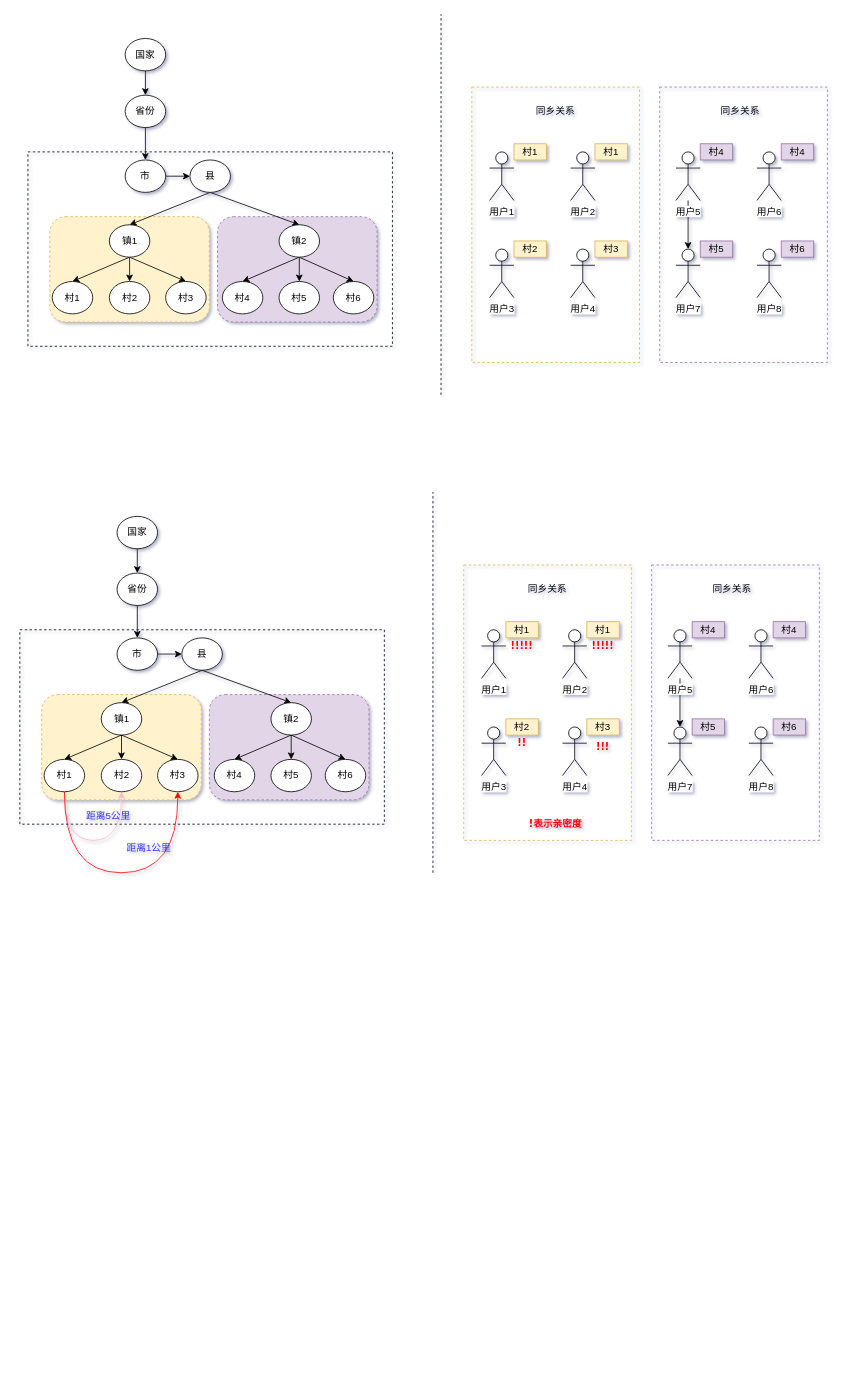
trey03/draw keeps this draw.io diagram as sametown.drawio. Above is the earlier version. Source tidied: cells renumbered, new cells numbered last; positions are measured from the earlier drawing's top-left corner, leaving out a move shared by most shapes. Both pictures are drawn from the tidied source at 81%, with x=0, y=0 at pixel (19, 14).
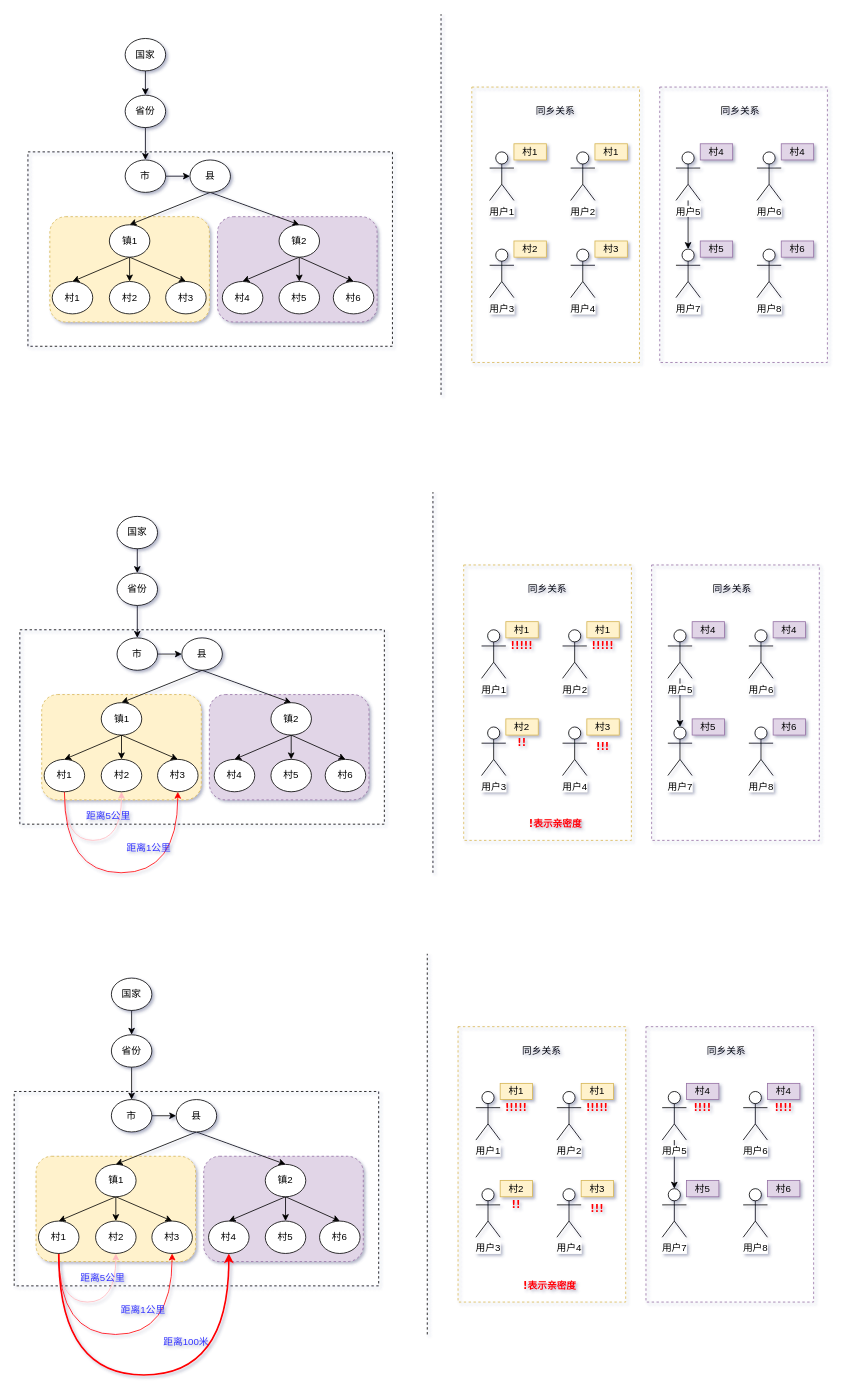
Above is the later version.

Change to the diagram source:
```diff
@@
+    <mxCell id="107" style="rounded=0;whiteSpace=wrap;html=1;dashed=1;fillColor=none;strokeColor=#d6b656;" parent="1" vertex="1">
+      <mxGeometry x="541" y="1250" width="207" height="340" as="geometry" />
+    </mxCell>
+    <mxCell id="108" style="rounded=0;whiteSpace=wrap;html=1;dashed=1;shadow=0;fillColor=none;" parent="1" vertex="1">
+      <mxGeometry x="-7" y="1330" width="450" height="240" as="geometry" />
+    </mxCell>
+    <mxCell id="109" style="rounded=1;whiteSpace=wrap;html=1;dashed=1;fillColor=#e1d5e7;strokeColor=#9673a6;" parent="1" vertex="1">
+      <mxGeometry x="227" y="1410" width="197" height="130" as="geometry" />
+    </mxCell>
+    <mxCell id="110" style="rounded=1;whiteSpace=wrap;html=1;dashed=1;fillColor=#fff2cc;strokeColor=#d6b656;" parent="1" vertex="1">
+      <mxGeometry x="20" y="1410" width="197" height="130" as="geometry" />
+    </mxCell>
+    <mxCell id="111" value="国家" style="ellipse;whiteSpace=wrap;html=1;" parent="1" vertex="1">
+      <mxGeometry x="113" y="1190" width="50" height="40" as="geometry" />
+    </mxCell>
+    <mxCell id="112" style="rounded=0;jettySize=auto;html=1;exitX=0.5;exitY=1;exitDx=0;exitDy=0;entryX=0.5;entryY=0;entryDx=0;entryDy=0;" parent="1" edge="1" source="113" target="115">
+      <mxGeometry relative="1" as="geometry" />
+    </mxCell>
+    <mxCell id="113" value="省份" style="ellipse;whiteSpace=wrap;html=1;" parent="1" vertex="1">
+      <mxGeometry x="113" y="1260" width="50" height="40" as="geometry" />
+    </mxCell>
+    <mxCell id="114" style="edgeStyle=none;rounded=0;jettySize=auto;html=1;exitX=1;exitY=0.5;exitDx=0;exitDy=0;" parent="1" edge="1" source="115" target="118">
+      <mxGeometry relative="1" as="geometry" />
+    </mxCell>
+    <mxCell id="115" value="市" style="ellipse;whiteSpace=wrap;html=1;" parent="1" vertex="1">
+      <mxGeometry x="113" y="1340" width="50" height="40" as="geometry" />
+    </mxCell>
+    <mxCell id="116" style="edgeStyle=none;rounded=0;jettySize=auto;html=1;exitX=0.5;exitY=1;exitDx=0;exitDy=0;entryX=0.5;entryY=0;entryDx=0;entryDy=0;" parent="1" edge="1" source="118" target="122">
+      <mxGeometry relative="1" as="geometry" />
+    </mxCell>
+    <mxCell id="117" style="edgeStyle=none;rounded=0;jettySize=auto;html=1;exitX=0.5;exitY=1;exitDx=0;exitDy=0;entryX=0.5;entryY=0;entryDx=0;entryDy=0;" parent="1" edge="1" source="118" target="126">
+      <mxGeometry relative="1" as="geometry" />
+    </mxCell>
+    <mxCell id="118" value="县" style="ellipse;whiteSpace=wrap;html=1;" parent="1" vertex="1">
+      <mxGeometry x="193" y="1340" width="50" height="40" as="geometry" />
+    </mxCell>
+    <mxCell id="119" style="edgeStyle=none;rounded=0;jettySize=auto;html=1;exitX=0.5;exitY=1;exitDx=0;exitDy=0;entryX=0.5;entryY=0;entryDx=0;entryDy=0;" parent="1" edge="1" source="122" target="130">
+      <mxGeometry relative="1" as="geometry" />
+    </mxCell>
+    <mxCell id="120" style="edgeStyle=none;rounded=0;jettySize=auto;html=1;exitX=0.5;exitY=1;exitDx=0;exitDy=0;entryX=0.5;entryY=0;entryDx=0;entryDy=0;" parent="1" edge="1" source="122" target="131">
+      <mxGeometry relative="1" as="geometry" />
+    </mxCell>
+    <mxCell id="121" style="edgeStyle=none;rounded=0;jettySize=auto;html=1;exitX=0.5;exitY=1;exitDx=0;exitDy=0;" parent="1" edge="1" source="122" target="149">
+      <mxGeometry relative="1" as="geometry" />
+    </mxCell>
+    <mxCell id="122" value="镇1" style="ellipse;whiteSpace=wrap;html=1;" parent="1" vertex="1">
+      <mxGeometry x="93.5" y="1420" width="50" height="40" as="geometry" />
+    </mxCell>
+    <mxCell id="123" style="edgeStyle=none;rounded=0;jettySize=auto;html=1;exitX=0.5;exitY=1;exitDx=0;exitDy=0;entryX=0.5;entryY=0;entryDx=0;entryDy=0;" parent="1" edge="1" source="126" target="132">
+      <mxGeometry relative="1" as="geometry" />
+    </mxCell>
+    <mxCell id="124" style="edgeStyle=none;rounded=0;jettySize=auto;html=1;exitX=0.5;exitY=1;exitDx=0;exitDy=0;entryX=0.5;entryY=0;entryDx=0;entryDy=0;" parent="1" edge="1" source="126" target="136">
+      <mxGeometry relative="1" as="geometry" />
+    </mxCell>
+    <mxCell id="125" style="edgeStyle=none;rounded=0;jettySize=auto;html=1;exitX=0.5;exitY=1;exitDx=0;exitDy=0;" parent="1" edge="1" source="126" target="150">
+      <mxGeometry relative="1" as="geometry" />
+    </mxCell>
+    <mxCell id="126" value="镇2" style="ellipse;whiteSpace=wrap;html=1;" parent="1" vertex="1">
+      <mxGeometry x="303" y="1420" width="50" height="40" as="geometry" />
+    </mxCell>
+    <mxCell id="127" style="edgeStyle=orthogonalEdgeStyle;rounded=0;jettySize=auto;html=1;exitX=0.5;exitY=1;exitDx=0;exitDy=0;entryX=0.5;entryY=1;entryDx=0;entryDy=0;curved=1;strokeColor=#FFBAC1;" parent="1" edge="1" source="130" target="149">
+      <mxGeometry relative="1" as="geometry">
+        <Array as="points">
+          <mxPoint x="48" y="1590" />
+          <mxPoint x="119" y="1590" />
+        </Array>
+      </mxGeometry>
+    </mxCell>
+    <mxCell id="128" style="edgeStyle=orthogonalEdgeStyle;curved=1;rounded=0;jettySize=auto;html=1;exitX=0.5;exitY=1;exitDx=0;exitDy=0;entryX=0.5;entryY=1;entryDx=0;entryDy=0;strokeColor=#FF0000;fontColor=#FF0000;" parent="1" edge="1" source="130" target="131">
+      <mxGeometry relative="1" as="geometry">
+        <Array as="points">
+          <mxPoint x="48" y="1630" />
+          <mxPoint x="188" y="1630" />
+        </Array>
+      </mxGeometry>
+    </mxCell>
+    <mxCell id="129" style="edgeStyle=orthogonalEdgeStyle;curved=1;rounded=0;jettySize=auto;html=1;exitX=0.5;exitY=1;exitDx=0;exitDy=0;entryX=0.5;entryY=1;entryDx=0;entryDy=0;strokeColor=#FF0000;fontFamily=Verdana;fontColor=#3333FF;strokeWidth=2;" parent="1" edge="1" source="130" target="132">
+      <mxGeometry relative="1" as="geometry">
+        <Array as="points">
+          <mxPoint x="48" y="1680" />
+          <mxPoint x="258" y="1680" />
+        </Array>
+      </mxGeometry>
+    </mxCell>
+    <mxCell id="130" value="村1" style="ellipse;whiteSpace=wrap;html=1;" parent="1" vertex="1">
+      <mxGeometry x="23" y="1490" width="50" height="40" as="geometry" />
+    </mxCell>
+    <mxCell id="131" value="村3" style="ellipse;whiteSpace=wrap;html=1;" parent="1" vertex="1">
+      <mxGeometry x="163" y="1490" width="50" height="40" as="geometry" />
+    </mxCell>
+    <mxCell id="132" value="村4" style="ellipse;whiteSpace=wrap;html=1;" parent="1" vertex="1">
+      <mxGeometry x="233" y="1490" width="50" height="40" as="geometry" />
+    </mxCell>
+    <mxCell id="133" style="endArrow=classic;html=1;exitX=0.5;exitY=1;exitDx=0;exitDy=0;entryX=0.5;entryY=0;entryDx=0;entryDy=0;" parent="1" edge="1" source="111" target="113">
+      <mxGeometry relative="1" as="geometry" />
+    </mxCell>
+    <mxCell id="134" style="endArrow=none;dashed=1;html=1;" parent="1" edge="1">
+      <mxGeometry relative="1" as="geometry">
+        <mxPoint x="503" y="1630" as="sourcePoint" />
+        <mxPoint x="503" y="1160" as="targetPoint" />
+      </mxGeometry>
+    </mxCell>
+    <mxCell id="135" value="用户1" style="shape=umlActor;verticalLabelPosition=bottom;labelBackgroundColor=#ffffff;verticalAlign=top;html=1;" parent="1" vertex="1">
+      <mxGeometry x="563" y="1330" width="30" height="60" as="geometry" />
+    </mxCell>
+    <mxCell id="136" value="村6" style="ellipse;whiteSpace=wrap;html=1;" parent="1" vertex="1">
+      <mxGeometry x="370" y="1490" width="50" height="40" as="geometry" />
+    </mxCell>
+    <mxCell id="137" value="村1" style="text;html=1;strokeColor=#d6b656;fillColor=#fff2cc;align=center;verticalAlign=middle;whiteSpace=wrap;rounded=0;" parent="1" vertex="1">
+      <mxGeometry x="593" y="1320" width="40" height="20" as="geometry" />
+    </mxCell>
+    <mxCell id="138" value="用户2" style="shape=umlActor;verticalLabelPosition=bottom;labelBackgroundColor=#ffffff;verticalAlign=top;html=1;" parent="1" vertex="1">
+      <mxGeometry x="663" y="1330" width="30" height="60" as="geometry" />
+    </mxCell>
+    <mxCell id="139" value="村1" style="text;html=1;strokeColor=#d6b656;fillColor=#fff2cc;align=center;verticalAlign=middle;whiteSpace=wrap;rounded=0;" parent="1" vertex="1">
+      <mxGeometry x="693" y="1320" width="40" height="20" as="geometry" />
+    </mxCell>
+    <mxCell id="140" value="用户3" style="shape=umlActor;verticalLabelPosition=bottom;labelBackgroundColor=#ffffff;verticalAlign=top;html=1;" parent="1" vertex="1">
+      <mxGeometry x="563" y="1450" width="30" height="60" as="geometry" />
+    </mxCell>
+    <mxCell id="141" value="村2" style="text;html=1;strokeColor=#d6b656;fillColor=#fff2cc;align=center;verticalAlign=middle;whiteSpace=wrap;rounded=0;" parent="1" vertex="1">
+      <mxGeometry x="593" y="1440" width="40" height="20" as="geometry" />
+    </mxCell>
+    <mxCell id="142" style="edgeStyle=none;rounded=0;jettySize=auto;html=1;" parent="1" edge="1" source="143" target="147">
+      <mxGeometry relative="1" as="geometry" />
+    </mxCell>
+    <mxCell id="143" value="用户5" style="shape=umlActor;verticalLabelPosition=bottom;labelBackgroundColor=#ffffff;verticalAlign=top;html=1;outlineConnect=0;" parent="1" vertex="1">
+      <mxGeometry x="793" y="1330" width="30" height="60" as="geometry" />
+    </mxCell>
+    <mxCell id="144" value="村4" style="text;html=1;strokeColor=#9673a6;fillColor=#e1d5e7;align=center;verticalAlign=middle;whiteSpace=wrap;rounded=0;" parent="1" vertex="1">
+      <mxGeometry x="823" y="1320" width="40" height="20" as="geometry" />
+    </mxCell>
+    <mxCell id="145" value="用户6" style="shape=umlActor;verticalLabelPosition=bottom;labelBackgroundColor=#ffffff;verticalAlign=top;html=1;" parent="1" vertex="1">
+      <mxGeometry x="893" y="1330" width="30" height="60" as="geometry" />
+    </mxCell>
+    <mxCell id="146" value="村4" style="text;html=1;strokeColor=#9673a6;fillColor=#e1d5e7;align=center;verticalAlign=middle;whiteSpace=wrap;rounded=0;" parent="1" vertex="1">
+      <mxGeometry x="923" y="1320" width="40" height="20" as="geometry" />
+    </mxCell>
+    <mxCell id="147" value="用户7" style="shape=umlActor;verticalLabelPosition=bottom;labelBackgroundColor=#ffffff;verticalAlign=top;html=1;outlineConnect=0;" parent="1" vertex="1">
+      <mxGeometry x="793" y="1450" width="30" height="60" as="geometry" />
+    </mxCell>
+    <mxCell id="148" value="村5" style="text;html=1;strokeColor=#9673a6;fillColor=#e1d5e7;align=center;verticalAlign=middle;whiteSpace=wrap;rounded=0;" parent="1" vertex="1">
+      <mxGeometry x="823" y="1440" width="40" height="20" as="geometry" />
+    </mxCell>
+    <mxCell id="149" value="村2" style="ellipse;whiteSpace=wrap;html=1;" parent="1" vertex="1">
+      <mxGeometry x="93.5" y="1490" width="50" height="40" as="geometry" />
+    </mxCell>
+    <mxCell id="150" value="村5" style="ellipse;whiteSpace=wrap;html=1;" parent="1" vertex="1">
+      <mxGeometry x="303" y="1490" width="50" height="40" as="geometry" />
+    </mxCell>
+    <mxCell id="151" value="用户4" style="shape=umlActor;verticalLabelPosition=bottom;labelBackgroundColor=#ffffff;verticalAlign=top;html=1;" parent="1" vertex="1">
+      <mxGeometry x="663" y="1450" width="30" height="60" as="geometry" />
+    </mxCell>
+    <mxCell id="152" value="村3" style="text;html=1;strokeColor=#d6b656;fillColor=#fff2cc;align=center;verticalAlign=middle;whiteSpace=wrap;rounded=0;" parent="1" vertex="1">
+      <mxGeometry x="693" y="1440" width="40" height="20" as="geometry" />
+    </mxCell>
+    <mxCell id="153" value="用户8" style="shape=umlActor;verticalLabelPosition=bottom;labelBackgroundColor=#ffffff;verticalAlign=top;html=1;" parent="1" vertex="1">
+      <mxGeometry x="893" y="1450" width="30" height="60" as="geometry" />
+    </mxCell>
+    <mxCell id="154" value="村6" style="text;html=1;strokeColor=#9673a6;fillColor=#e1d5e7;align=center;verticalAlign=middle;whiteSpace=wrap;rounded=0;" parent="1" vertex="1">
+      <mxGeometry x="923" y="1440" width="40" height="20" as="geometry" />
+    </mxCell>
+    <mxCell id="155" style="rounded=0;whiteSpace=wrap;html=1;dashed=1;fillColor=none;strokeColor=#9673a6;" parent="1" vertex="1">
+      <mxGeometry x="773" y="1250" width="207" height="340" as="geometry" />
+    </mxCell>
+    <mxCell id="156" value="同乡关系" style="text;html=1;strokeColor=none;fillColor=none;align=center;verticalAlign=middle;whiteSpace=wrap;rounded=0;shadow=0;dashed=1;" parent="1" vertex="1">
+      <mxGeometry x="615.2" y="1270" width="58.5" height="20" as="geometry" />
+    </mxCell>
+    <mxCell id="157" value="同乡关系" style="text;html=1;strokeColor=none;fillColor=none;align=center;verticalAlign=middle;whiteSpace=wrap;rounded=0;shadow=0;dashed=1;" parent="1" vertex="1">
+      <mxGeometry x="843" y="1270" width="58.5" height="20" as="geometry" />
+    </mxCell>
+    <mxCell id="158" value="距离5公里" style="text;html=1;strokeColor=none;fillColor=none;align=center;verticalAlign=middle;whiteSpace=wrap;rounded=0;shadow=0;dashed=1;fontColor=#3333FF;" parent="1" vertex="1">
+      <mxGeometry x="73" y="1550" width="58.5" height="20" as="geometry" />
+    </mxCell>
+    <mxCell id="159" value="距离1公里" style="text;html=1;strokeColor=none;fillColor=none;align=center;verticalAlign=middle;whiteSpace=wrap;rounded=0;shadow=0;dashed=1;fontColor=#3333FF;" parent="1" vertex="1">
+      <mxGeometry x="123" y="1590" width="58.5" height="20" as="geometry" />
+    </mxCell>
+    <mxCell id="160" value="!!!!!" style="text;strokeColor=none;fillColor=none;align=center;verticalAlign=middle;whiteSpace=wrap;rounded=0;shadow=0;dashed=1;fontColor=#FF0000;fontFamily=Verdana;fontStyle=1;" parent="1" vertex="1">
+      <mxGeometry x="593" y="1340" width="40" height="20" as="geometry" />
+    </mxCell>
+    <mxCell id="161" value="!!!!!" style="text;strokeColor=none;fillColor=none;align=center;verticalAlign=middle;whiteSpace=wrap;rounded=0;shadow=0;dashed=1;fontColor=#FF0000;fontFamily=Verdana;fontStyle=1;" parent="1" vertex="1">
+      <mxGeometry x="693" y="1340" width="40" height="20" as="geometry" />
+    </mxCell>
+    <mxCell id="162" value="!!!" style="text;strokeColor=none;fillColor=none;align=center;verticalAlign=middle;whiteSpace=wrap;rounded=0;shadow=0;dashed=1;fontColor=#FF0000;fontFamily=Verdana;fontStyle=1;" parent="1" vertex="1">
+      <mxGeometry x="693" y="1465" width="40" height="20" as="geometry" />
+    </mxCell>
+    <mxCell id="163" value="!!" style="text;strokeColor=none;fillColor=none;align=center;verticalAlign=middle;whiteSpace=wrap;rounded=0;shadow=0;dashed=1;fontColor=#FF0000;fontFamily=Verdana;fontStyle=1;" parent="1" vertex="1">
+      <mxGeometry x="593" y="1460" width="40" height="20" as="geometry" />
+    </mxCell>
+    <mxCell id="164" value="!表示亲密度" style="text;strokeColor=none;fillColor=none;align=center;verticalAlign=middle;whiteSpace=wrap;rounded=0;shadow=0;dashed=1;fontColor=#FF0000;fontFamily=Verdana;fontStyle=1;" parent="1" vertex="1">
+      <mxGeometry x="584.1" y="1560" width="140.8" height="20" as="geometry" />
+    </mxCell>
+    <mxCell id="165" value="距离100米" style="text;html=1;strokeColor=none;fillColor=none;align=center;verticalAlign=middle;whiteSpace=wrap;rounded=0;shadow=0;dashed=1;fontColor=#3333FF;" parent="1" vertex="1">
+      <mxGeometry x="175.8" y="1630" width="58.5" height="20" as="geometry" />
+    </mxCell>
+    <mxCell id="166" value="!!!!" style="text;strokeColor=none;fillColor=none;align=center;verticalAlign=middle;whiteSpace=wrap;rounded=0;shadow=0;dashed=1;fontColor=#FF0000;fontFamily=Verdana;fontStyle=1;" parent="1" vertex="1">
+      <mxGeometry x="823" y="1340" width="40" height="20" as="geometry" />
+    </mxCell>
+    <mxCell id="167" value="!!!!" style="text;strokeColor=none;fillColor=none;align=center;verticalAlign=middle;whiteSpace=wrap;rounded=0;shadow=0;dashed=1;fontColor=#FF0000;fontFamily=Verdana;fontStyle=1;" parent="1" vertex="1">
+      <mxGeometry x="923" y="1340" width="40" height="20" as="geometry" />
+    </mxCell>
```
